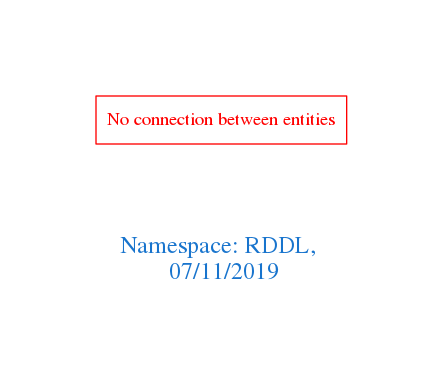
The Graphviz diagram downloads/RDDL.png in arago/OGIT, before a commit. Its source is kept beside it as downloads/RDDL.dot.
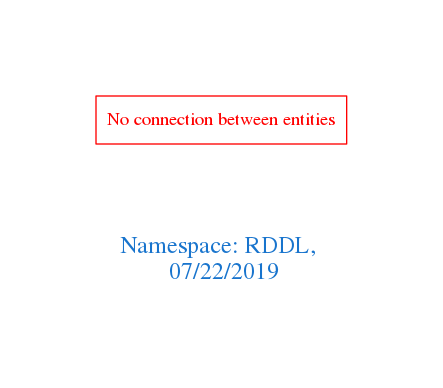
After the commit.

The edit, as a diff of the source:
```diff
@@ -1,7 +1,7 @@
 digraph OGIT_ontology {
  graph [ rankdir= LR,pad=1
 fontsize = 18,
-fontcolor= dodgerblue3,label = "\n\n\nNamespace: RDDL, \n 07/11/2019"];
+fontcolor= dodgerblue3,label = "\n\n\nNamespace: RDDL, \n 07/22/2019"];
 node[shape=polygon];
 edge [  color="gray81"];
 
```
